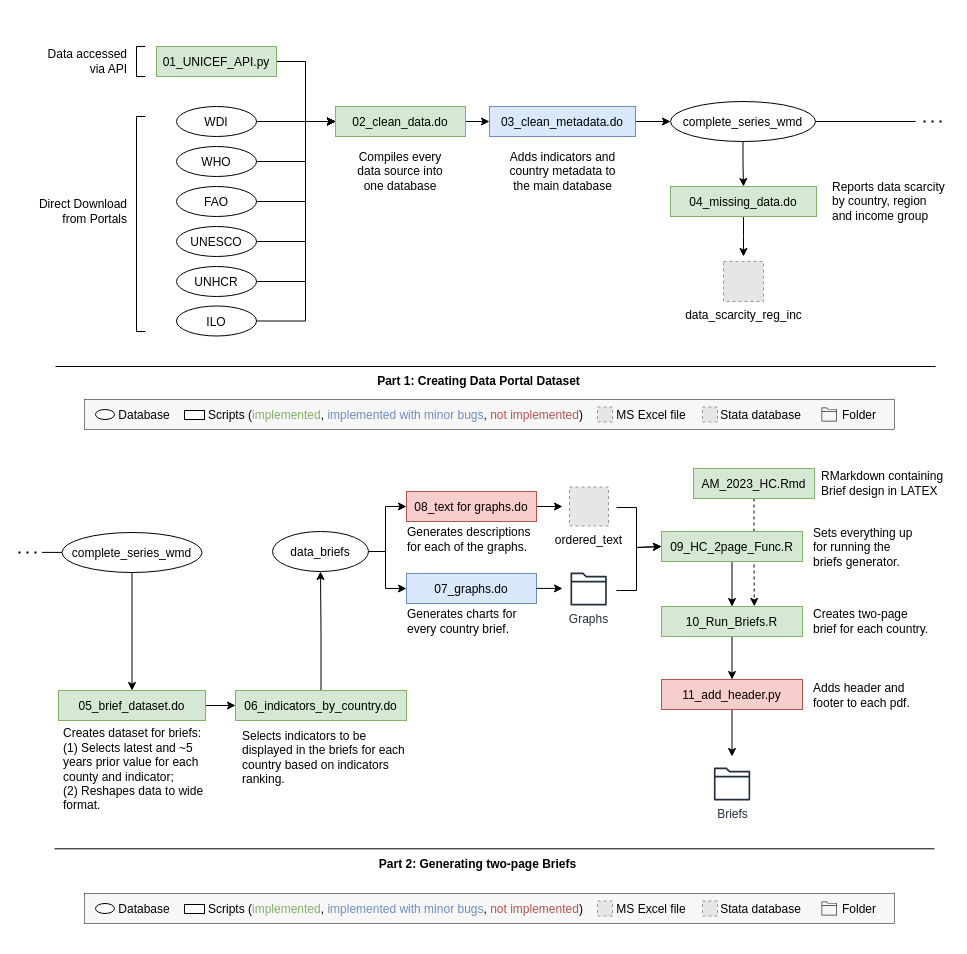
This is Graphs/UML.drawio from Queeno11/Data-Portal-Brief-Generator, a draw.io file, before an edit. Source tidied: cells renumbered, new cells numbered last; positions are measured from the earlier drawing's top-left corner, leaving out a move shared by most shapes. Both pictures are drawn from the tidied source at 100%, with x=0, y=0 at pixel (18, 46). Pictures stored in the file or linked from it are replaced by grey dashed boxes.
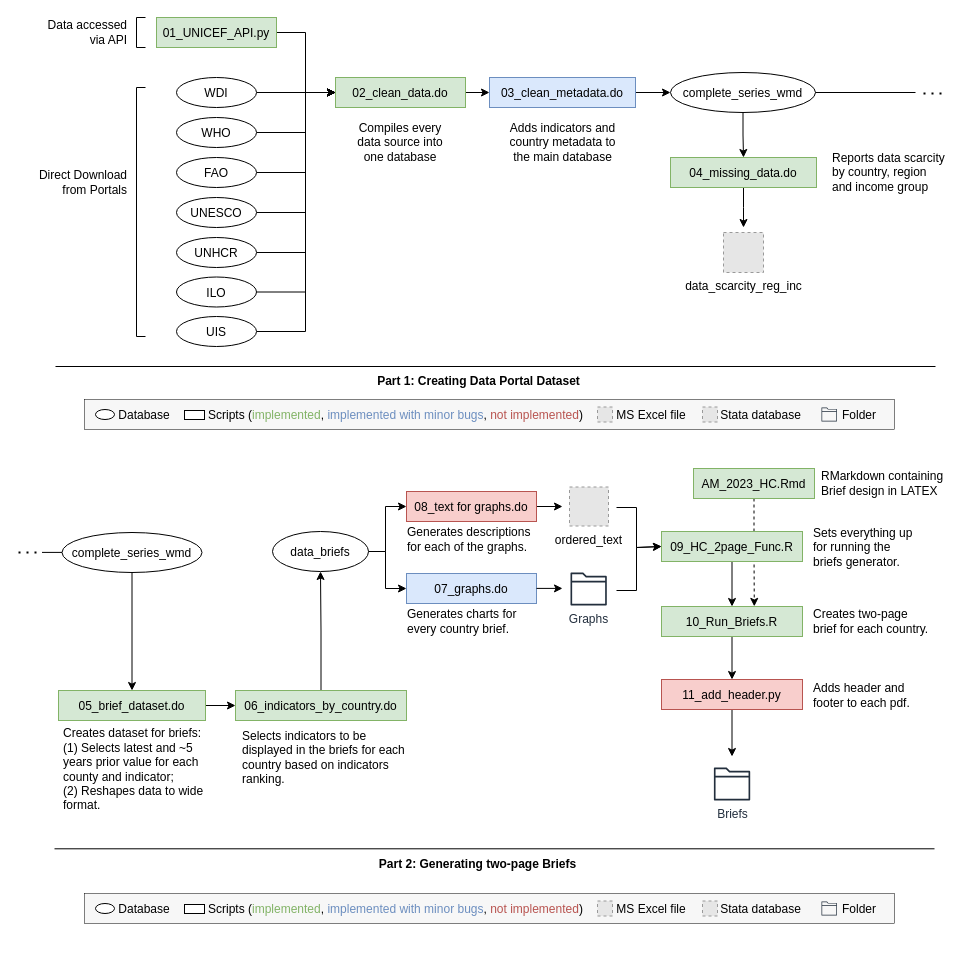
The same diagram, later.

The edit, as a diff of the source:
```diff
@@
     <mxCell id="4" value="WDI" style="ellipse;" parent="1" vertex="1">
-      <mxGeometry x="158" y="60" width="80" height="30" as="geometry" />
+      <mxGeometry x="158" y="31" width="80" height="30" as="geometry" />
     </mxCell>
     <mxCell id="5" style="edgeStyle=orthogonalEdgeStyle;rounded=0;jettySize=auto;html=1;" parent="1" edge="1" source="6">
       <mxGeometry relative="1" as="geometry">
-        <mxPoint x="471" y="75" as="targetPoint" />
+        <mxPoint x="471" y="46" as="targetPoint" />
       </mxGeometry>
     </mxCell>
     <mxCell id="6" value="02_clean_data.do" style="fillColor=#d5e8d4;strokeColor=#82b366;" parent="1" vertex="1">
-      <mxGeometry x="317" y="60" width="130" height="30" as="geometry" />
+      <mxGeometry x="317" y="31" width="130" height="30" as="geometry" />
     </mxCell>
@@
     <mxCell id="9" style="edgeStyle=orthogonalEdgeStyle;rounded=0;jettySize=auto;html=1;entryX=0;entryY=0.5;entryDx=0;entryDy=0;" parent="1" edge="1" source="10" target="6">
       <mxGeometry relative="1" as="geometry">
         <Array as="points">
-          <mxPoint x="287" y="15" />
-          <mxPoint x="287" y="75" />
+          <mxPoint x="287" y="-14" />
+          <mxPoint x="287" y="46" />
         </Array>
       </mxGeometry>
     </mxCell>
     <mxCell id="10" value="01_UNICEF_API.py" style="fillColor=#d5e8d4;strokeColor=#82b366;" parent="1" vertex="1">
-      <mxGeometry x="138" width="120" height="30" as="geometry" />
+      <mxGeometry x="138" y="-29" width="120" height="30" as="geometry" />
     </mxCell>
     <mxCell id="11" style="edgeStyle=orthogonalEdgeStyle;rounded=0;jettySize=auto;html=1;entryX=0;entryY=0.5;entryDx=0;entryDy=0;" parent="1" edge="1" source="12" target="6">
       <mxGeometry relative="1" as="geometry">
         <Array as="points">
-          <mxPoint x="287" y="115" />
-          <mxPoint x="287" y="75" />
+          <mxPoint x="287" y="86" />
+          <mxPoint x="287" y="46" />
         </Array>
       </mxGeometry>
     </mxCell>
     <mxCell id="12" value="WHO" style="ellipse;" parent="1" vertex="1">
-      <mxGeometry x="158" y="100" width="80" height="30" as="geometry" />
+      <mxGeometry x="158" y="71" width="80" height="30" as="geometry" />
     </mxCell>
     <mxCell id="13" style="edgeStyle=orthogonalEdgeStyle;rounded=0;jettySize=auto;html=1;entryX=0;entryY=0.5;entryDx=0;entryDy=0;" parent="1" edge="1" source="14" target="6">
       <mxGeometry relative="1" as="geometry">
         <Array as="points">
-          <mxPoint x="287" y="155" />
-          <mxPoint x="287" y="75" />
+          <mxPoint x="287" y="126" />
+          <mxPoint x="287" y="46" />
         </Array>
       </mxGeometry>
     </mxCell>
     <mxCell id="14" value="FAO" style="ellipse;" parent="1" vertex="1">
-      <mxGeometry x="158" y="140" width="80" height="30" as="geometry" />
+      <mxGeometry x="158" y="111" width="80" height="30" as="geometry" />
     </mxCell>
     <mxCell id="15" style="edgeStyle=orthogonalEdgeStyle;rounded=0;jettySize=auto;html=1;entryX=0;entryY=0.5;entryDx=0;entryDy=0;" parent="1" edge="1" source="16" target="6">
       <mxGeometry relative="1" as="geometry">
         <Array as="points">
-          <mxPoint x="287" y="195" />
-          <mxPoint x="287" y="75" />
+          <mxPoint x="287" y="166" />
+          <mxPoint x="287" y="46" />
         </Array>
       </mxGeometry>
     </mxCell>
     <mxCell id="16" value="UNESCO" style="ellipse;" parent="1" vertex="1">
-      <mxGeometry x="158" y="180" width="80" height="30" as="geometry" />
+      <mxGeometry x="158" y="151" width="80" height="30" as="geometry" />
     </mxCell>
     <mxCell id="17" style="edgeStyle=orthogonalEdgeStyle;rounded=0;jettySize=auto;html=1;entryX=0;entryY=0.5;entryDx=0;entryDy=0;" parent="1" edge="1" source="18" target="6">
       <mxGeometry relative="1" as="geometry">
         <Array as="points">
-          <mxPoint x="287" y="235" />
-          <mxPoint x="287" y="75" />
+          <mxPoint x="287" y="206" />
+          <mxPoint x="287" y="46" />
         </Array>
       </mxGeometry>
     </mxCell>
     <mxCell id="18" value="UNHCR" style="ellipse;" parent="1" vertex="1">
-      <mxGeometry x="158" y="220" width="80" height="30" as="geometry" />
+      <mxGeometry x="158" y="191" width="80" height="30" as="geometry" />
     </mxCell>
     <mxCell id="19" style="edgeStyle=orthogonalEdgeStyle;rounded=0;jettySize=auto;html=1;entryX=0;entryY=0.5;entryDx=0;entryDy=0;" parent="1" edge="1" source="20" target="6">
       <mxGeometry relative="1" as="geometry">
         <Array as="points">
-          <mxPoint x="287" y="275" />
-          <mxPoint x="287" y="75" />
+          <mxPoint x="287" y="246" />
+          <mxPoint x="287" y="46" />
         </Array>
       </mxGeometry>
     </mxCell>
     <mxCell id="20" value="ILO" style="ellipse;" parent="1" vertex="1">
-      <mxGeometry x="158" y="259.5" width="80" height="30" as="geometry" />
+      <mxGeometry x="158" y="230.5" width="80" height="30" as="geometry" />
     </mxCell>
@@
     <mxCell id="22" style="strokeWidth=1;html=1;shape=mxgraph.flowchart.annotation_1;align=left;" parent="1" vertex="1">
-      <mxGeometry x="118" y="70" width="9" height="215" as="geometry" />
+      <mxGeometry x="118" y="41" width="9" height="249" as="geometry" />
     </mxCell>
     <mxCell id="23" style="strokeWidth=1;html=1;shape=mxgraph.flowchart.annotation_1;align=left;" parent="1" vertex="1">
-      <mxGeometry x="118" width="9" height="30" as="geometry" />
+      <mxGeometry x="118" y="-29" width="9" height="30" as="geometry" />
     </mxCell>
     <mxCell id="24" value="Data accessed via API" style="text;html=1;strokeColor=none;fillColor=none;align=right;verticalAlign=middle;whiteSpace=wrap;rounded=0;" parent="1" vertex="1">
-      <mxGeometry x="17" width="94" height="30" as="geometry" />
+      <mxGeometry x="17" y="-29" width="94" height="30" as="geometry" />
     </mxCell>
     <mxCell id="25" value="Direct Download from Portals" style="text;html=1;strokeColor=none;fillColor=none;align=right;verticalAlign=middle;whiteSpace=wrap;rounded=0;" parent="1" vertex="1">
-      <mxGeometry x="11" y="150" width="100" height="30" as="geometry" />
+      <mxGeometry x="11" y="121" width="100" height="30" as="geometry" />
     </mxCell>
     <mxCell id="26" value="Compiles every data source into one database" style="text;html=1;strokeColor=none;fillColor=none;align=center;verticalAlign=middle;whiteSpace=wrap;rounded=0;" parent="1" vertex="1">
-      <mxGeometry x="332" y="110" width="100" height="30" as="geometry" />
+      <mxGeometry x="332" y="81" width="100" height="30" as="geometry" />
     </mxCell>
@@
     <mxCell id="28" value="03_clean_metadata.do" style="fillColor=#dae8fc;strokeColor=#6C8EBF;" parent="1" vertex="1">
-      <mxGeometry x="471" y="60" width="146" height="30" as="geometry" />
+      <mxGeometry x="471" y="31" width="146" height="30" as="geometry" />
     </mxCell>
     <mxCell id="29" value="Adds indicators and country metadata to the main database" style="text;html=1;strokeColor=none;fillColor=none;align=center;verticalAlign=middle;whiteSpace=wrap;rounded=0;" parent="1" vertex="1">
-      <mxGeometry x="487.5" y="110" width="113" height="30" as="geometry" />
+      <mxGeometry x="487.5" y="81" width="113" height="30" as="geometry" />
     </mxCell>
@@
     <mxCell id="31" value="complete_series_wmd" style="ellipse;" parent="1" vertex="1">
-      <mxGeometry x="652" y="55" width="145" height="40" as="geometry" />
+      <mxGeometry x="652" y="26" width="145" height="40" as="geometry" />
     </mxCell>
@@
     <mxCell id="33" style="edgeStyle=orthogonalEdgeStyle;rounded=0;jettySize=auto;html=1;" parent="1" edge="1" source="34">
       <mxGeometry relative="1" as="geometry">
-        <mxPoint x="725" y="210" as="targetPoint" />
+        <mxPoint x="725" y="181" as="targetPoint" />
       </mxGeometry>
     </mxCell>
     <mxCell id="34" value="04_missing_data.do" style="fillColor=#d5e8d4;strokeColor=#82b366;" parent="1" vertex="1">
-      <mxGeometry x="652" y="140" width="146" height="30" as="geometry" />
+      <mxGeometry x="652" y="111" width="146" height="30" as="geometry" />
     </mxCell>
     <mxCell id="35" value="Reports data scarcity by country, region and income group" style="text;html=1;strokeColor=none;fillColor=none;align=left;verticalAlign=middle;whiteSpace=wrap;rounded=0;" parent="1" vertex="1">
-      <mxGeometry x="812" y="140" width="115" height="30" as="geometry" />
+      <mxGeometry x="812" y="111" width="115" height="30" as="geometry" />
     </mxCell>
     <mxCell id="36" value="data_scarcity_reg_inc" style="fillColor=#E6E6E6;strokeColor=#999999;dashed=1;html=1;verticalAlign=top;verticalLabelPosition=bottom;labelBackgroundColor=#ffffff;" parent="1" vertex="1">
-      <mxGeometry x="705" y="215" width="40" height="40" as="geometry" />
+      <mxGeometry x="705" y="186" width="40" height="40" as="geometry" />
     </mxCell>
@@
     <mxCell id="38" style="endArrow=none;html=1;rounded=0;exitX=1;exitY=0.5;exitDx=0;exitDy=0;" parent="1" edge="1" source="31">
       <mxGeometry relative="1" as="geometry">
-        <mxPoint x="897" y="75" as="targetPoint" />
+        <mxPoint x="897" y="46" as="targetPoint" />
       </mxGeometry>
     </mxCell>
     <mxCell id="39" style="endArrow=none;dashed=1;html=1;dashPattern=1 3;strokeWidth=2;rounded=0;" parent="1" edge="1">
       <mxGeometry relative="1" as="geometry">
-        <mxPoint x="905" y="75" as="sourcePoint" />
-        <mxPoint x="925" y="75" as="targetPoint" />
+        <mxPoint x="905" y="47" as="sourcePoint" />
+        <mxPoint x="925" y="47" as="targetPoint" />
       </mxGeometry>
     </mxCell>
@@
+    <mxCell id="104" style="edgeStyle=orthogonalEdgeStyle;rounded=0;jettySize=auto;html=1;entryX=0;entryY=0.5;entryDx=0;entryDy=0;" parent="1" edge="1" source="105" target="6">
+      <mxGeometry relative="1" as="geometry">
+        <Array as="points">
+          <mxPoint x="287" y="285" />
+          <mxPoint x="287" y="46" />
+        </Array>
+      </mxGeometry>
+    </mxCell>
+    <mxCell id="105" value="UIS" style="ellipse;" parent="1" vertex="1">
+      <mxGeometry x="158" y="270" width="80" height="30" as="geometry" />
+    </mxCell>
```
